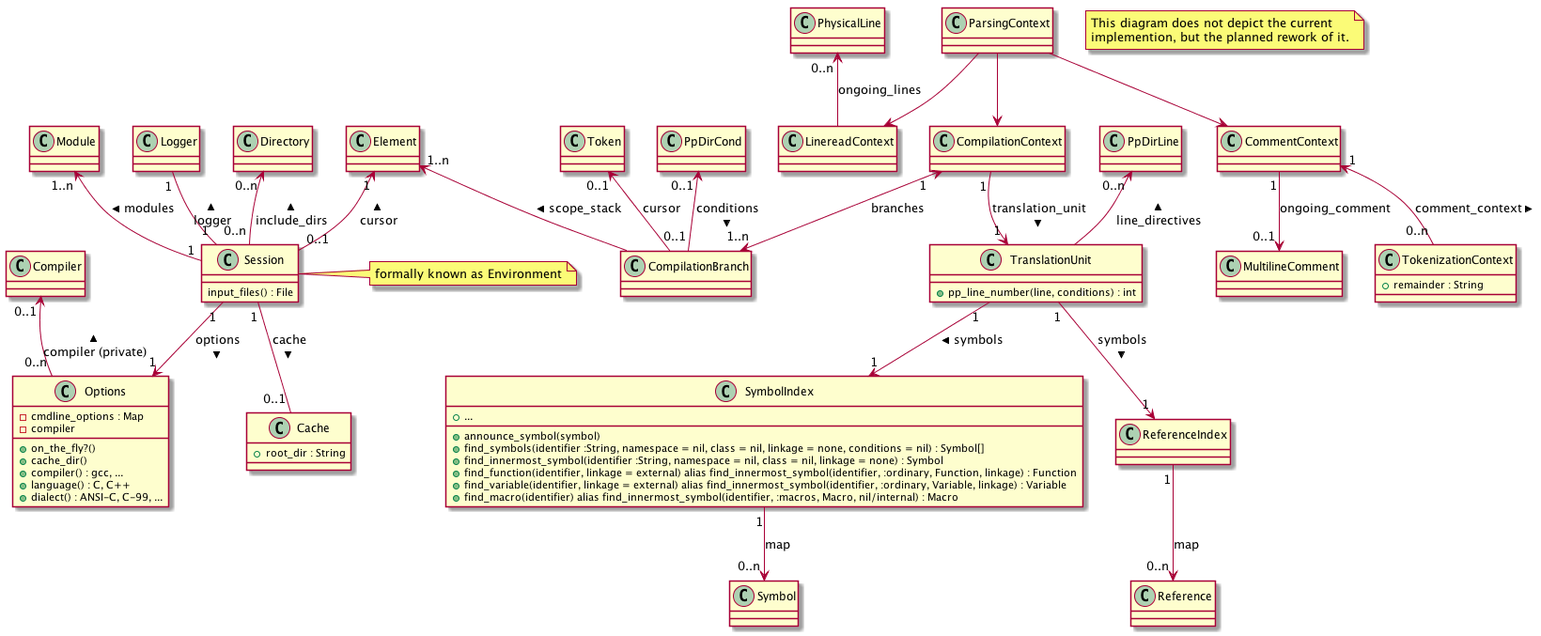
The PlantUML diagram design/operational.png in thilo-fischer/rocc, before a commit. The source it was exported from:
```plantuml
@startuml


note as N1
  This diagram does not depict the current
  implemention, but the planned rework of it.
end note

class Session {
  input_files() : File
}
note right: formally known as Environment
Logger "1" -- "1" Session : logger <
Element "1" <-- "0..1" Session : cursor <
Directory "0..n" <-- "0..n" Session : include_dirs <
Module "1..n" <-- "1" Session : modules <

class Options {
  + on_the_fly?()
  + cache_dir()
  + compiler() : gcc, ...
  + language() : C, C++
  + dialect() : ANSI-C, C-99, ...
  - cmdline_options : Map
  - compiler
}
Session "1" --> "1" Options : options >
Compiler "0..1" <-- "0..n" Options : compiler (private) <

class Cache {
  + root_dir : String
}
Session "1" -- "0..1" Cache : cache >

class ParsingContext {
}

ParsingContext --> LinereadContext
PhysicalLine "0..n" <-- LinereadContext : ongoing_lines

ParsingContext --> CommentContext
CommentContext "1" --> "0..1" MultilineComment : ongoing_comment

ParsingContext --> CompilationContext
class CompilationContext {
}
CompilationContext "1" <--> "1..n" CompilationBranch : branches

class TokenizationContext {
+ remainder : String
}
CommentContext "1" <-- "0..n" TokenizationContext : comment_context >

PpDirCond "0..1" <-- "0..1" CompilationBranch : conditions >

Token "0..1" <-- CompilationBranch : cursor

Element "1..n" <-- CompilationBranch : scope_stack <

class TranslationUnit {
  + pp_line_number(line, conditions) : int
}
CompilationContext "1" --> "1" TranslationUnit : translation_unit >
PpDirLine "0..n" <-- TranslationUnit : line_directives <

class SymbolIndex {
+ announce_symbol(symbol)
+ find_symbols(identifier :String, namespace = nil, class = nil, linkage = none, conditions = nil) : Symbol[]
+ find_innermost_symbol(identifier :String, namespace = nil, class = nil, linkage = none) : Symbol
+ find_function(identifier, linkage = external) alias find_innermost_symbol(identifier, :ordinary, Function, linkage) : Function
+ find_variable(identifier, linkage = external) alias find_innermost_symbol(identifier, :ordinary, Variable, linkage) : Variable
+ find_macro(identifier) alias find_innermost_symbol(identifier, :macros, Macro, nil/internal) : Macro
+ ...
}
TranslationUnit "1" --> "1" SymbolIndex : symbols >
SymbolIndex "1" --> "0..n" Symbol : map

TranslationUnit "1" --> "1" ReferenceIndex : symbols >
ReferenceIndex "1" --> "0..n" Reference : map

@enduml
```
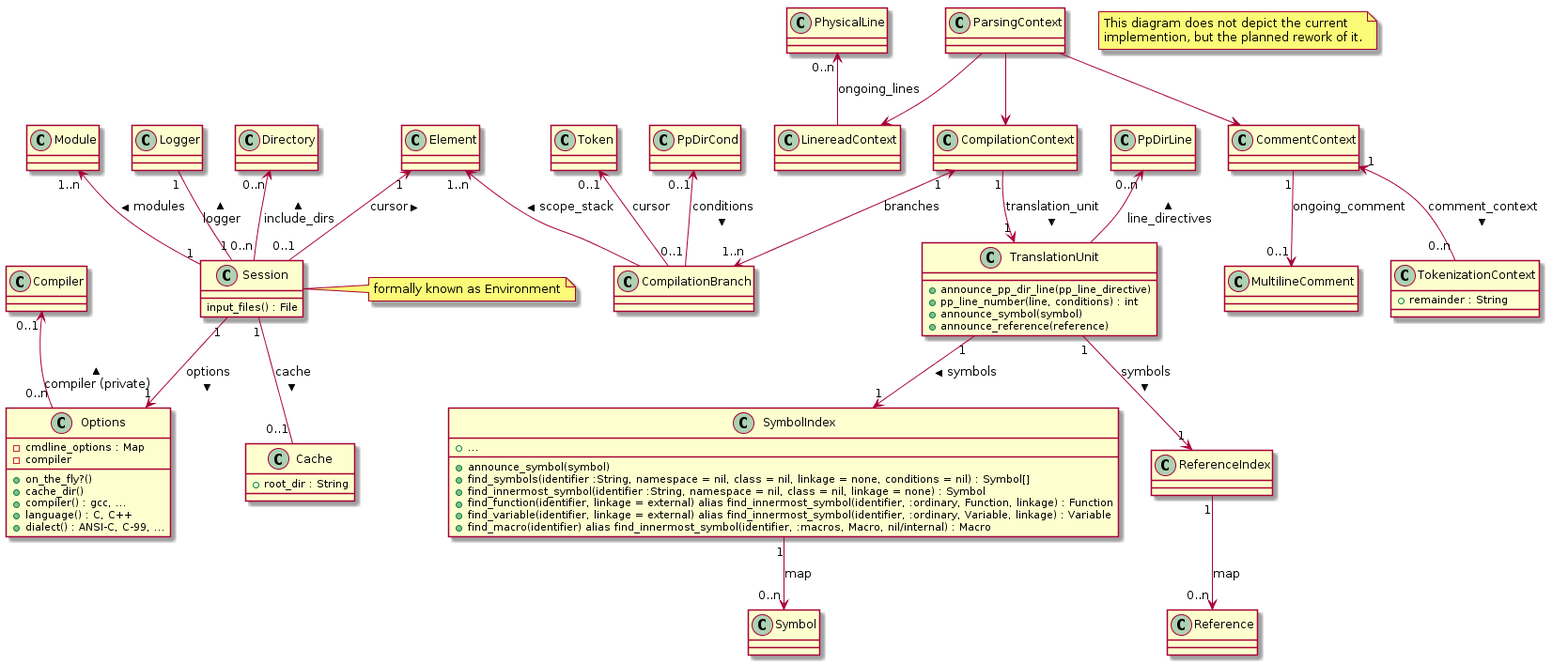
The same diagram one commit later.

Change to the diagram source:
```diff
@@ -58,7 +58,10 @@
 Element "1..n" <-- CompilationBranch : scope_stack <
 
 class TranslationUnit {
+  + announce_pp_dir_line(pp_line_directive)
   + pp_line_number(line, conditions) : int
+  + announce_symbol(symbol)
+  + announce_reference(reference)
 }
 CompilationContext "1" --> "1" TranslationUnit : translation_unit >
 PpDirLine "0..n" <-- TranslationUnit : line_directives <
```
